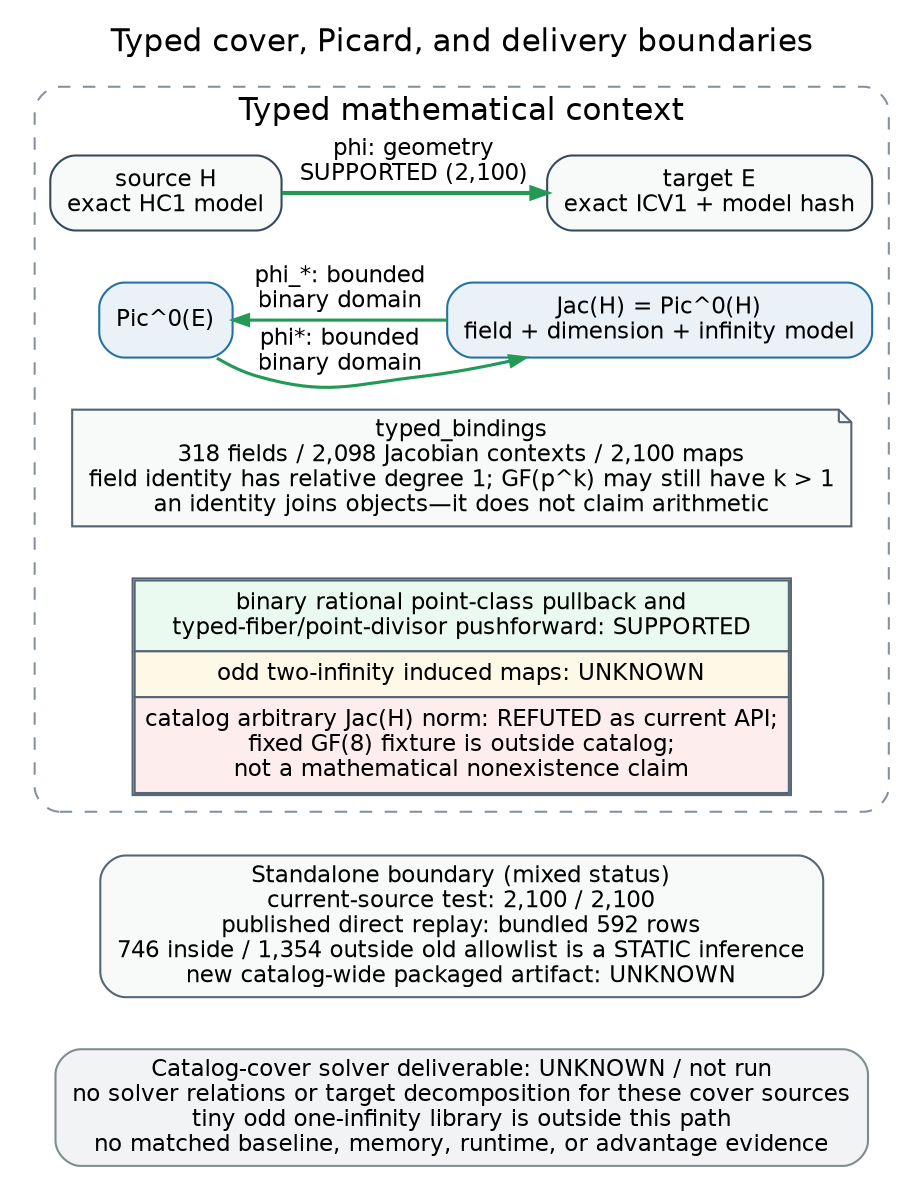
Earlier version of the Graphviz export research/cover_transfer_assessment_20261013/typed_transfer_context.png (isogeny-labs/crypto). Its source is kept beside it as research/cover_transfer_assessment_20261013/typed_transfer_context.dot.
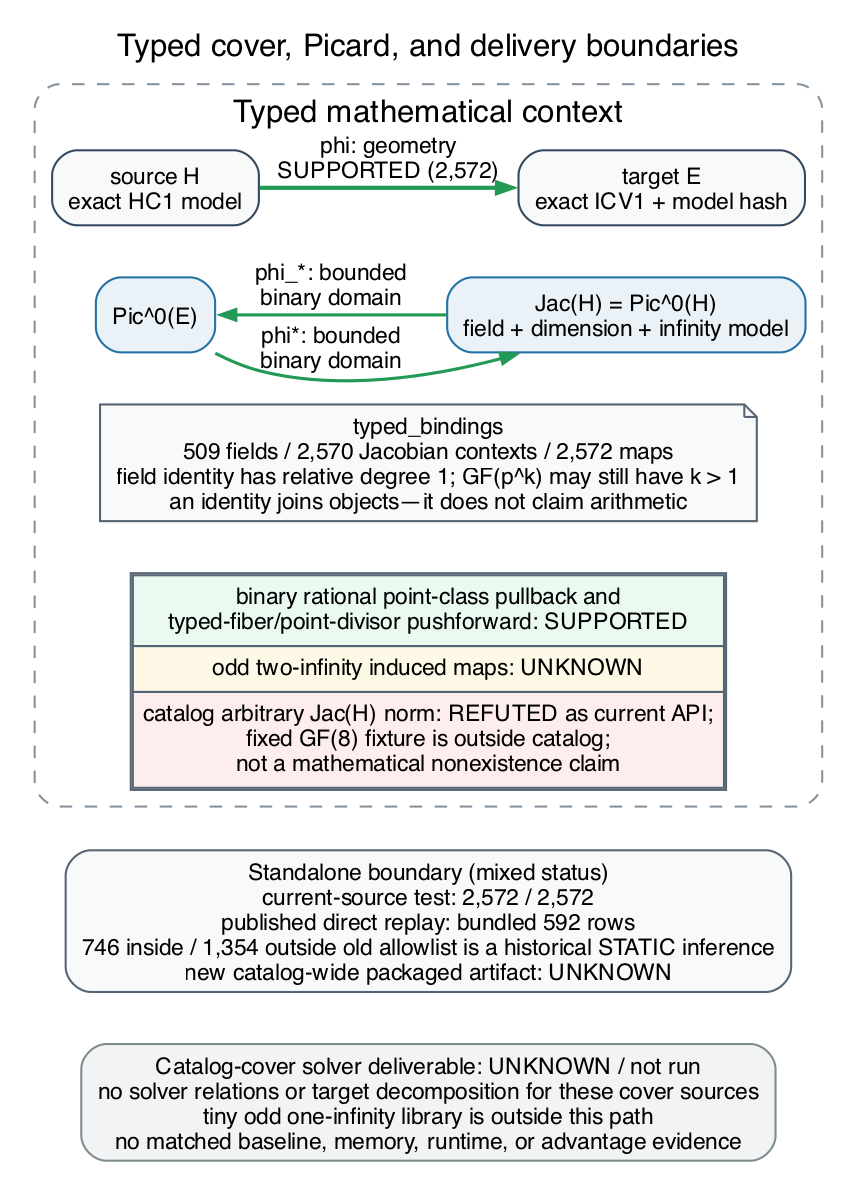
The same file after the commit.

Diff of the diagram source:
```diff
@@ -25,7 +25,7 @@
     jac_h [label="Jac(H) = Pic^0(H)\nfield + dimension + infinity model", fillcolor="#eaf2f8", color="#2471a3"];
 
     binding_note [
-      label="typed_bindings\n318 fields / 2,098 Jacobian contexts / 2,100 maps\nfield identity has relative degree 1; GF(p^k) may still have k > 1\nan identity joins objects—it does not claim arithmetic",
+      label="typed_bindings\n509 fields / 2,570 Jacobian contexts / 2,572 maps\nfield identity has relative degree 1; GF(p^k) may still have k > 1\nan identity joins objects—it does not claim arithmetic",
       shape=note,
       fillcolor="#f8f9f9",
       color="#566573"
@@ -43,7 +43,7 @@
 
     { rank=same; source_h; target_e; }
     { rank=same; pic_e; jac_h; }
-    source_h -> target_e [label="phi: geometry\nSUPPORTED (2,100)", color="#229954", penwidth=2];
+    source_h -> target_e [label="phi: geometry\nSUPPORTED (2,572)", color="#229954", penwidth=2];
     pic_e -> jac_h [label="phi*: bounded\nbinary domain", color="#229954", penwidth=1.5];
     jac_h -> pic_e [label="phi_*: bounded\nbinary domain", color="#229954", penwidth=1.5, constraint=false];
     source_h -> pic_e [style="invis", weight=50];
@@ -54,7 +54,7 @@
   }
 
   package [
-    label="Standalone boundary (mixed status)\ncurrent-source test: 2,100 / 2,100\npublished direct replay: bundled 592 rows\n746 inside / 1,354 outside old allowlist is a STATIC inference\nnew catalog-wide packaged artifact: UNKNOWN",
+    label="Standalone boundary (mixed status)\ncurrent-source test: 2,572 / 2,572\npublished direct replay: bundled 592 rows\n746 inside / 1,354 outside old allowlist is a historical STATIC inference\nnew catalog-wide packaged artifact: UNKNOWN",
     fillcolor="#f8f9f9",
     color="#566573"
   ];
```
